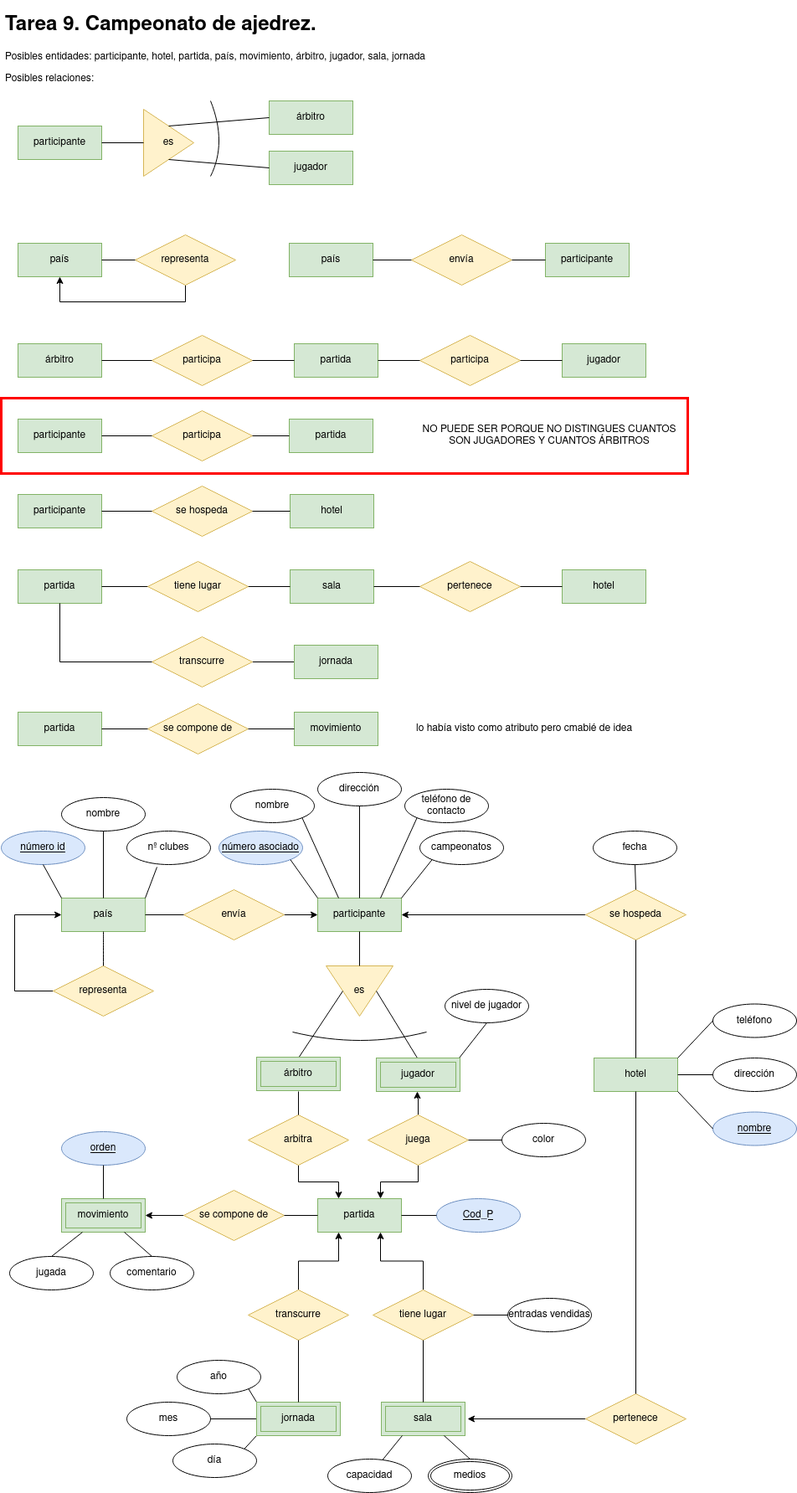
The draw.io diagram tarea9.png in javigh193/bae, before a commit. Source tidied: cells renumbered, new cells last; positions are measured from the earlier drawing's top-left corner, leaving out a move shared by most shapes.
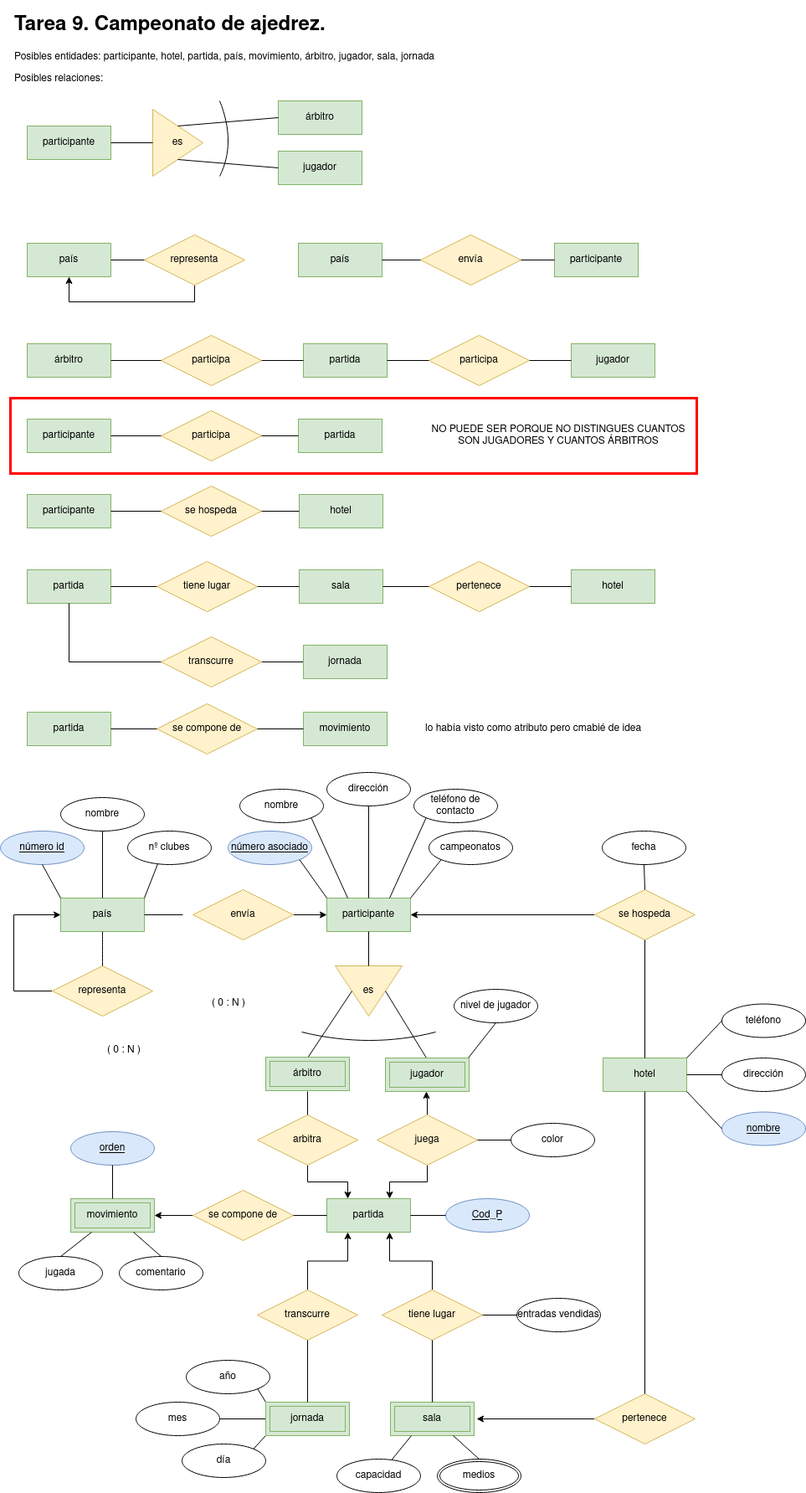
The same file after the commit.

Diff of the diagram source:
```diff
@@ -154,7 +154,7 @@
       <mxGeometry x="350" y="760" width="100" height="40" as="geometry" />
     </mxCell>
     <mxCell id="49" value="país" style="whiteSpace=wrap;html=1;align=center;fillColor=#d5e8d4;strokeColor=#82b366;" parent="1" vertex="1">
-      <mxGeometry x="72" y="1062" width="100" height="40" as="geometry" />
+      <mxGeometry x="60" y="1062" width="100" height="40" as="geometry" />
     </mxCell>
     <mxCell id="50" style="edgeStyle=orthogonalEdgeStyle;rounded=0;jettySize=auto;html=1;entryX=0;entryY=0.5;entryDx=0;entryDy=0;" parent="1" edge="1" source="51" target="52">
       <mxGeometry relative="1" as="geometry" />
@@ -165,8 +165,10 @@
     <mxCell id="52" value="participante" style="whiteSpace=wrap;html=1;align=center;fillColor=#d5e8d4;strokeColor=#82b366;" parent="1" vertex="1">
       <mxGeometry x="378" y="1062" width="100" height="40" as="geometry" />
     </mxCell>
-    <mxCell id="53" style="endArrow=none;html=1;rounded=0;exitX=1;exitY=0.5;exitDx=0;exitDy=0;entryX=0;entryY=0.5;entryDx=0;entryDy=0;" parent="1" edge="1" source="49" target="51">
-      <mxGeometry relative="1" as="geometry" />
+    <mxCell id="53" style="endArrow=none;html=1;rounded=0;exitX=1;exitY=0.5;exitDx=0;exitDy=0;entryX=0;entryY=0.5;entryDx=0;entryDy=0;" parent="1" edge="1" source="49">
+      <mxGeometry relative="1" as="geometry">
+        <mxPoint x="206" y="1082" as="targetPoint" />
+      </mxGeometry>
     </mxCell>
     <mxCell id="54" value="es" style="triangle;whiteSpace=wrap;html=1;fillColor=#fff2cc;strokeColor=#d6b656;direction=south;" parent="1" vertex="1">
       <mxGeometry x="388" y="1143" width="80" height="60" as="geometry" />
@@ -250,13 +252,13 @@
     <mxCell id="75" style="edgeStyle=orthogonalEdgeStyle;rounded=0;jettySize=auto;html=1;entryX=0;entryY=0.5;entryDx=0;entryDy=0;" parent="1" edge="1" source="76" target="49">
       <mxGeometry relative="1" as="geometry">
         <Array as="points">
-          <mxPoint x="16" y="1173" />
-          <mxPoint x="16" y="1082" />
+          <mxPoint x="4" y="1173" />
+          <mxPoint x="4" y="1082" />
         </Array>
       </mxGeometry>
     </mxCell>
     <mxCell id="76" value="representa" style="shape=rhombus;perimeter=rhombusPerimeter;whiteSpace=wrap;html=1;align=center;fillColor=#fff2cc;strokeColor=#d6b656;" parent="1" vertex="1">
-      <mxGeometry x="62" y="1143" width="120" height="60" as="geometry" />
+      <mxGeometry x="50" y="1143" width="120" height="60" as="geometry" />
     </mxCell>
     <mxCell id="77" style="endArrow=none;html=1;rounded=0;curved=1;exitX=0.5;exitY=1;exitDx=0;exitDy=0;entryX=0.5;entryY=0;entryDx=0;entryDy=0;" parent="1" edge="1" source="49" target="76">
       <mxGeometry relative="1" as="geometry" />
@@ -306,18 +308,18 @@
       <mxGeometry x="305" y="1252" width="100" height="40" as="geometry" />
     </mxCell>
     <mxCell id="92" value="&lt;u&gt;número id&lt;br&gt;&lt;/u&gt;" style="ellipse;whiteSpace=wrap;html=1;align=center;fillColor=#dae8fc;strokeColor=#6c8ebf;" parent="1" vertex="1">
-      <mxGeometry y="982" width="100" height="40" as="geometry" />
+      <mxGeometry x="-12" y="982" width="100" height="40" as="geometry" />
     </mxCell>
     <mxCell id="93" value="nombre" style="ellipse;whiteSpace=wrap;html=1;align=center;" parent="1" vertex="1">
-      <mxGeometry x="72" y="942" width="100" height="40" as="geometry" />
+      <mxGeometry x="60" y="942" width="100" height="40" as="geometry" />
     </mxCell>
     <mxCell id="94" value="nº clubes" style="ellipse;whiteSpace=wrap;html=1;align=center;" parent="1" vertex="1">
-      <mxGeometry x="150" y="982" width="100" height="40" as="geometry" />
+      <mxGeometry x="140" y="982" width="100" height="40" as="geometry" />
     </mxCell>
     <mxCell id="95" style="endArrow=none;html=1;rounded=0;exitX=0.5;exitY=1;exitDx=0;exitDy=0;entryX=0;entryY=0;entryDx=0;entryDy=0;" parent="1" edge="1" source="92" target="49">
       <mxGeometry relative="1" as="geometry" />
     </mxCell>
-    <mxCell id="96" style="endArrow=none;html=1;rounded=0;exitX=0.36;exitY=1.075;exitDx=0;exitDy=0;exitPerimeter=0;entryX=1;entryY=0;entryDx=0;entryDy=0;" parent="1" edge="1" source="94" target="49">
+    <mxCell id="96" style="endArrow=none;html=1;rounded=0;exitX=0.36;exitY=0.975;exitDx=0;exitDy=0;exitPerimeter=0;entryX=1;entryY=0;entryDx=0;entryDy=0;" parent="1" edge="1" source="94" target="49">
       <mxGeometry relative="1" as="geometry" />
     </mxCell>
     <mxCell id="97" style="endArrow=none;html=1;rounded=0;exitX=0.5;exitY=1;exitDx=0;exitDy=0;entryX=0.5;entryY=0;entryDx=0;entryDy=0;" parent="1" edge="1" source="93" target="49">
@@ -482,5 +484,11 @@
     <mxCell id="148" style="endArrow=none;html=1;rounded=0;entryX=0;entryY=0.5;entryDx=0;entryDy=0;exitX=1;exitY=0.5;exitDx=0;exitDy=0;" parent="1" edge="1" source="139" target="147">
       <mxGeometry relative="1" as="geometry" />
     </mxCell>
+    <mxCell id="149" value="( 0 : N )" style="text;strokeColor=none;fillColor=none;spacingLeft=4;spacingRight=4;overflow=hidden;fontSize=12;" parent="1" vertex="1">
+      <mxGeometry x="110" y="1228.5" width="60" height="30" as="geometry" />
+    </mxCell>
+    <mxCell id="150" value="( 0 : N )" style="text;strokeColor=none;fillColor=none;spacingLeft=4;spacingRight=4;overflow=hidden;fontSize=12;" parent="1" vertex="1">
+      <mxGeometry x="235" y="1173" width="60" height="30" as="geometry" />
+    </mxCell>
   </root>
 </mxGraphModel>
```
